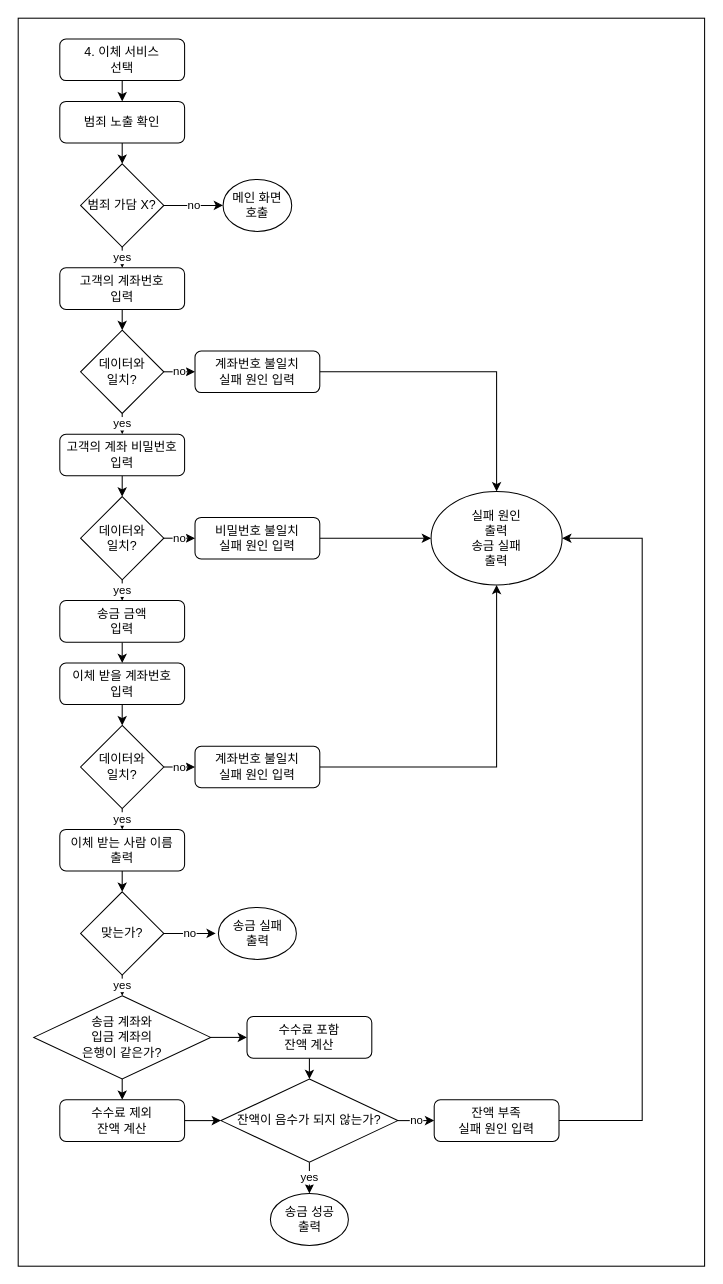
Earlier version of the draw.io diagram 기타/다이어그램/BK04 이체 화면/BK04 이체 화면.drawio (909ma/ATM-System-using-by-C-Language). Source tidied: cells renumbered, new cells numbered last; positions are measured from the earlier drawing's top-left corner, leaving out a move shared by most shapes. Both pictures are drawn from the tidied source at 104%, with x=0, y=0 at pixel (18, 18).
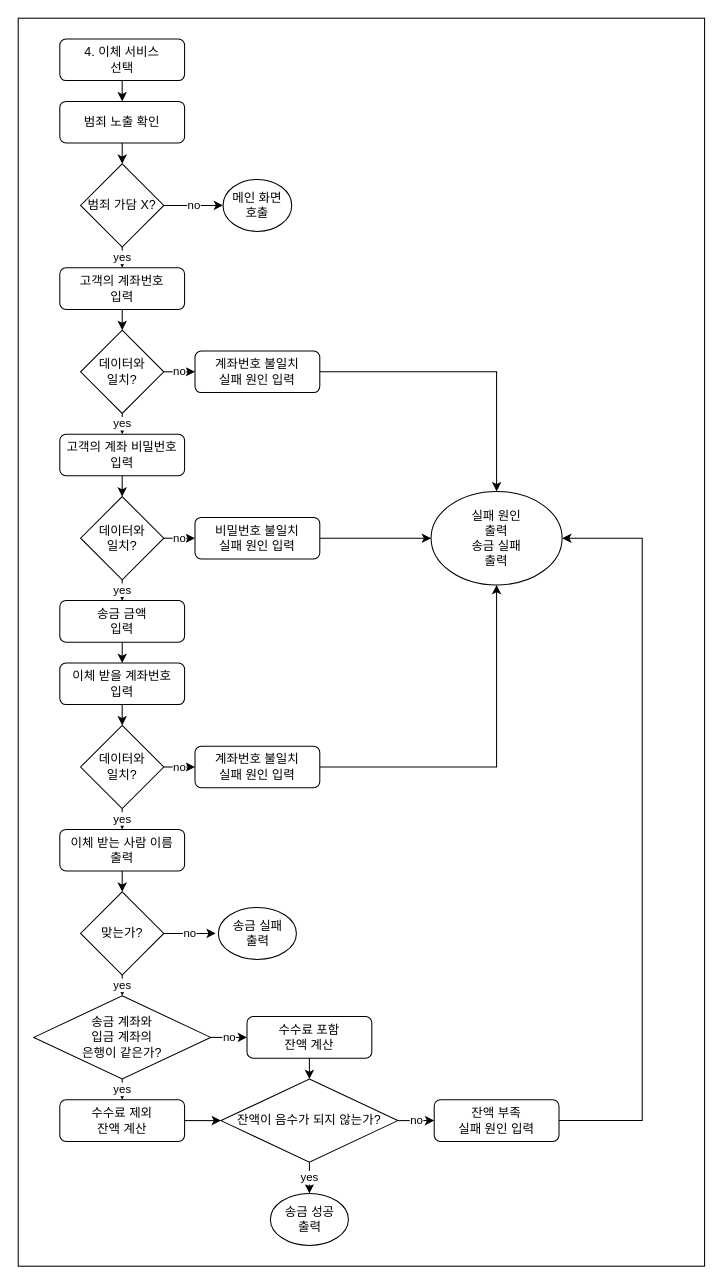
After the change.

Commit message (it also covers changes not shown here):
오탈자 수정

The change refers to these unchanged cells:
```xml
<mxCell id="34" value="송금 계좌와&lt;br&gt;입금 계좌의&lt;br&gt;은행이 같은가?" style="rhombus;whiteSpace=wrap;html=1;" parent="1" vertex="1">
  <mxGeometry x="15" y="940" width="170" height="80" as="geometry" />
</mxCell>
<mxCell id="36" value="수수료 포함&lt;br&gt;잔액 계산" style="rounded=1;whiteSpace=wrap;html=1;" parent="1" vertex="1">
  <mxGeometry x="220" y="960" width="120" height="40" as="geometry" />
</mxCell>
<mxCell id="38" value="수수료 제외&lt;br&gt;잔액 계산" style="rounded=1;whiteSpace=wrap;html=1;" parent="1" vertex="1">
  <mxGeometry x="40" y="1040" width="120" height="40" as="geometry" />
</mxCell>
```

Diff of the diagram source:
```diff
@@
-    <mxCell id="32" style="edgeStyle=orthogonalEdgeStyle;rounded=0;jettySize=auto;html=1;exitX=0.5;exitY=1;exitDx=0;exitDy=0;entryX=0.5;entryY=0;entryDx=0;entryDy=0;" parent="1" edge="1" source="34" target="38">
+    <mxCell id="32" value="yes" style="edgeStyle=orthogonalEdgeStyle;rounded=0;jettySize=auto;html=1;exitX=0.5;exitY=1;exitDx=0;exitDy=0;entryX=0.5;entryY=0;entryDx=0;entryDy=0;" parent="1" edge="1" source="34" target="38">
       <mxGeometry relative="1" as="geometry" />
     </mxCell>
-    <mxCell id="33" style="edgeStyle=orthogonalEdgeStyle;rounded=0;jettySize=auto;html=1;exitX=1;exitY=0.5;exitDx=0;exitDy=0;entryX=0;entryY=0.5;entryDx=0;entryDy=0;" parent="1" edge="1" source="34" target="36">
+    <mxCell id="33" value="no" style="edgeStyle=orthogonalEdgeStyle;rounded=0;jettySize=auto;html=1;exitX=1;exitY=0.5;exitDx=0;exitDy=0;entryX=0;entryY=0.5;entryDx=0;entryDy=0;" parent="1" edge="1" source="34" target="36">
       <mxGeometry relative="1" as="geometry" />
     </mxCell>
```
